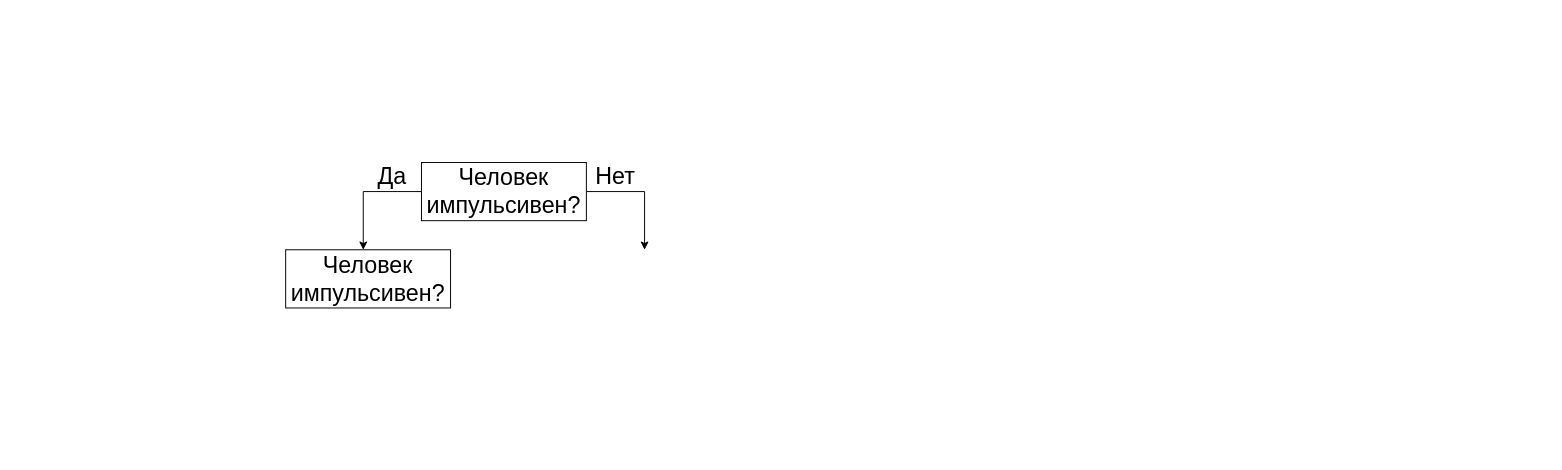
Earlier version of the draw.io diagram If else diagram.drawio (dibovdmitry/Expert-Systems). Source tidied: cells renumbered, new cells numbered last; positions are measured from the earlier drawing's top-left corner, leaving out a move shared by most shapes. Both pictures are drawn from the tidied source at 97%, with x=0, y=0 at pixel (285, 162).
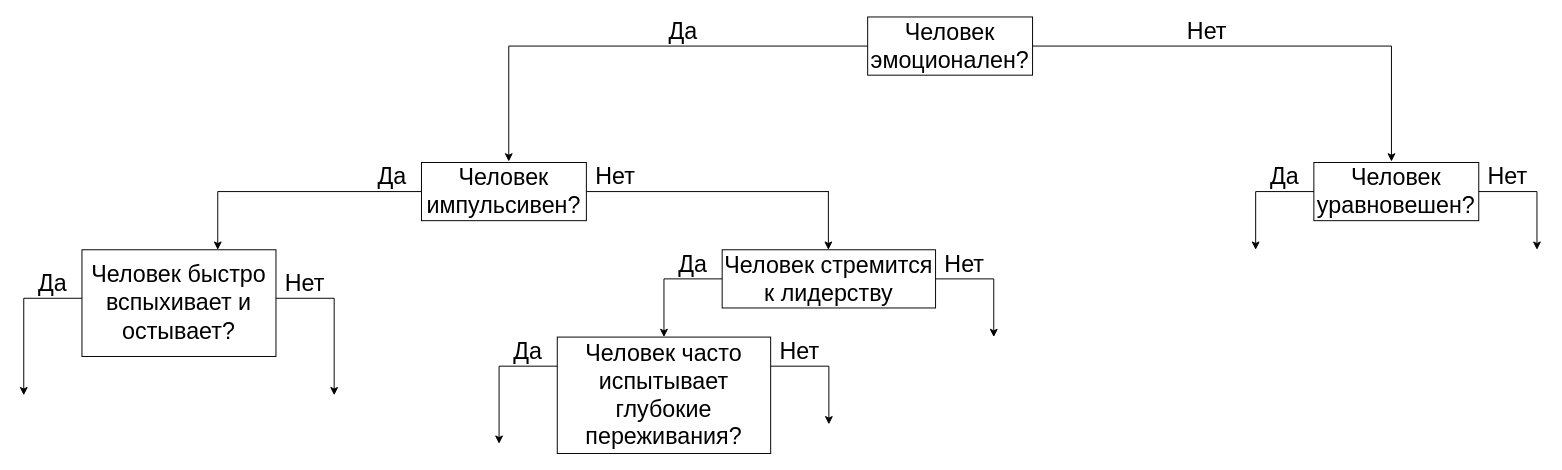
After the change.

Unchanged cells that the change refers to:
```xml
<mxCell id="7" value="Да" style="text;html=1;align=center;verticalAlign=middle;whiteSpace=wrap;rounded=0;fontSize=24;" parent="1" vertex="1">
  <mxGeometry x="80" width="60" height="30" as="geometry" />
</mxCell>
```

Diff of the diagram source:
```diff
@@
-    <mxCell id="2" style="endArrow=none;html=1;rounded=0;" parent="1" edge="1">
+    <mxCell id="2" style="endArrow=none;html=1;rounded=0;entryX=1;entryY=1;entryDx=0;entryDy=0;" parent="1" edge="1" target="7">
       <mxGeometry relative="1" as="geometry">
-        <mxPoint x="80" y="30" as="sourcePoint" />
-        <mxPoint x="140" y="30" as="targetPoint" />
+        <mxPoint x="-70" y="30" as="sourcePoint" />
       </mxGeometry>
     </mxCell>
     <mxCell id="3" style="endArrow=classic;html=1;rounded=0;" parent="1" edge="1">
       <mxGeometry relative="1" as="geometry">
-        <mxPoint x="80" y="30" as="sourcePoint" />
-        <mxPoint x="80" y="90" as="targetPoint" />
+        <mxPoint x="-70" y="30" as="sourcePoint" />
+        <mxPoint x="-70" y="90" as="targetPoint" />
       </mxGeometry>
     </mxCell>
     <mxCell id="4" style="endArrow=none;html=1;rounded=0;" parent="1" edge="1">
       <mxGeometry relative="1" as="geometry">
         <mxPoint x="310" y="30" as="sourcePoint" />
-        <mxPoint x="370" y="30" as="targetPoint" />
+        <mxPoint x="560" y="30" as="targetPoint" />
       </mxGeometry>
     </mxCell>
     <mxCell id="5" style="endArrow=classic;html=1;rounded=0;" parent="1" edge="1">
       <mxGeometry relative="1" as="geometry">
-        <mxPoint x="370" y="30" as="sourcePoint" />
-        <mxPoint x="370" y="90" as="targetPoint" />
+        <mxPoint x="559.5" y="30" as="sourcePoint" />
+        <mxPoint x="559.5" y="90" as="targetPoint" />
       </mxGeometry>
     </mxCell>
@@
-    <mxCell id="9" value="Человек импульсивен?" style="rounded=0;whiteSpace=wrap;html=1;fontSize=24;" parent="1" vertex="1">
-      <mxGeometry y="90" width="170" height="60" as="geometry" />
+    <mxCell id="9" value="Человек быстро вспыхивает и остывает?" style="rounded=0;whiteSpace=wrap;html=1;fontSize=24;" parent="1" vertex="1">
+      <mxGeometry x="-210" y="90" width="200" height="110" as="geometry" />
     </mxCell>
+    <mxCell id="10" value="Человек стремится к лидерству" style="rounded=0;whiteSpace=wrap;html=1;fontSize=24;" parent="1" vertex="1">
+      <mxGeometry x="450" y="90" width="220" height="60" as="geometry" />
+    </mxCell>
+    <mxCell id="11" style="endArrow=none;html=1;rounded=0;" parent="1" edge="1">
+      <mxGeometry relative="1" as="geometry">
+        <mxPoint x="-270" y="140" as="sourcePoint" />
+        <mxPoint x="-210" y="140" as="targetPoint" />
+      </mxGeometry>
+    </mxCell>
+    <mxCell id="12" style="endArrow=classic;html=1;rounded=0;" parent="1" edge="1">
+      <mxGeometry relative="1" as="geometry">
+        <mxPoint x="-270" y="140" as="sourcePoint" />
+        <mxPoint x="-270" y="240" as="targetPoint" />
+      </mxGeometry>
+    </mxCell>
+    <mxCell id="13" value="Да" style="text;html=1;align=center;verticalAlign=middle;whiteSpace=wrap;rounded=0;fontSize=24;" parent="1" vertex="1">
+      <mxGeometry x="-270" y="110" width="60" height="30" as="geometry" />
+    </mxCell>
+    <mxCell id="14" style="endArrow=none;html=1;rounded=0;" parent="1" edge="1">
+      <mxGeometry relative="1" as="geometry">
+        <mxPoint x="390" y="120" as="sourcePoint" />
+        <mxPoint x="450" y="120" as="targetPoint" />
+      </mxGeometry>
+    </mxCell>
+    <mxCell id="15" style="endArrow=classic;html=1;rounded=0;" parent="1" edge="1">
+      <mxGeometry relative="1" as="geometry">
+        <mxPoint x="390" y="120" as="sourcePoint" />
+        <mxPoint x="390" y="180" as="targetPoint" />
+      </mxGeometry>
+    </mxCell>
+    <mxCell id="16" value="Да" style="text;html=1;align=center;verticalAlign=middle;whiteSpace=wrap;rounded=0;fontSize=24;" parent="1" vertex="1">
+      <mxGeometry x="390" y="90" width="60" height="30" as="geometry" />
+    </mxCell>
+    <mxCell id="17" value="Человек часто испытывает глубокие переживания?" style="rounded=0;whiteSpace=wrap;html=1;fontSize=24;" parent="1" vertex="1">
+      <mxGeometry x="280" y="180" width="220" height="120" as="geometry" />
+    </mxCell>
+    <mxCell id="18" style="endArrow=none;html=1;rounded=0;" parent="1" edge="1">
+      <mxGeometry relative="1" as="geometry">
+        <mxPoint x="-10" y="140" as="sourcePoint" />
+        <mxPoint x="50" y="140" as="targetPoint" />
+      </mxGeometry>
+    </mxCell>
+    <mxCell id="19" style="endArrow=classic;html=1;rounded=0;" parent="1" edge="1">
+      <mxGeometry relative="1" as="geometry">
+        <mxPoint x="50" y="140" as="sourcePoint" />
+        <mxPoint x="50" y="240" as="targetPoint" />
+      </mxGeometry>
+    </mxCell>
+    <mxCell id="20" value="Нет" style="text;html=1;align=center;verticalAlign=middle;whiteSpace=wrap;rounded=0;fontSize=24;" parent="1" vertex="1">
+      <mxGeometry x="-10" y="110" width="60" height="30" as="geometry" />
+    </mxCell>
+    <mxCell id="21" style="endArrow=none;html=1;rounded=0;" parent="1" edge="1">
+      <mxGeometry relative="1" as="geometry">
+        <mxPoint x="670" y="120" as="sourcePoint" />
+        <mxPoint x="730" y="120" as="targetPoint" />
+      </mxGeometry>
+    </mxCell>
+    <mxCell id="22" style="endArrow=classic;html=1;rounded=0;" parent="1" edge="1">
+      <mxGeometry relative="1" as="geometry">
+        <mxPoint x="730" y="120" as="sourcePoint" />
+        <mxPoint x="730" y="180" as="targetPoint" />
+      </mxGeometry>
+    </mxCell>
+    <mxCell id="23" value="Нет" style="text;html=1;align=center;verticalAlign=middle;whiteSpace=wrap;rounded=0;fontSize=24;" parent="1" vertex="1">
+      <mxGeometry x="670" y="90" width="60" height="30" as="geometry" />
+    </mxCell>
+    <mxCell id="24" style="endArrow=none;html=1;rounded=0;" parent="1" edge="1">
+      <mxGeometry relative="1" as="geometry">
+        <mxPoint x="220" y="210" as="sourcePoint" />
+        <mxPoint x="280" y="210" as="targetPoint" />
+      </mxGeometry>
+    </mxCell>
+    <mxCell id="25" style="endArrow=classic;html=1;rounded=0;" parent="1" edge="1">
+      <mxGeometry relative="1" as="geometry">
+        <mxPoint x="220" y="210" as="sourcePoint" />
+        <mxPoint x="220" y="290" as="targetPoint" />
+      </mxGeometry>
+    </mxCell>
+    <mxCell id="26" value="Да" style="text;html=1;align=center;verticalAlign=middle;whiteSpace=wrap;rounded=0;fontSize=24;" parent="1" vertex="1">
+      <mxGeometry x="220" y="180" width="60" height="30" as="geometry" />
+    </mxCell>
+    <mxCell id="27" style="endArrow=none;html=1;rounded=0;" parent="1" edge="1">
+      <mxGeometry relative="1" as="geometry">
+        <mxPoint x="500" y="210" as="sourcePoint" />
+        <mxPoint x="560" y="210" as="targetPoint" />
+      </mxGeometry>
+    </mxCell>
+    <mxCell id="28" style="endArrow=classic;html=1;rounded=0;" parent="1" edge="1">
+      <mxGeometry relative="1" as="geometry">
+        <mxPoint x="560" y="210" as="sourcePoint" />
+        <mxPoint x="560" y="270" as="targetPoint" />
+      </mxGeometry>
+    </mxCell>
+    <mxCell id="29" value="Нет" style="text;html=1;align=center;verticalAlign=middle;whiteSpace=wrap;rounded=0;fontSize=24;" parent="1" vertex="1">
+      <mxGeometry x="500" y="180" width="60" height="30" as="geometry" />
+    </mxCell>
+    <mxCell id="30" value="Человек эмоционален?" style="rounded=0;whiteSpace=wrap;html=1;fontSize=24;" parent="1" vertex="1">
+      <mxGeometry x="600" y="-150" width="170" height="60" as="geometry" />
+    </mxCell>
+    <mxCell id="31" style="endArrow=none;html=1;rounded=0;" parent="1" edge="1">
+      <mxGeometry relative="1" as="geometry">
+        <mxPoint x="230" y="-120" as="sourcePoint" />
+        <mxPoint x="600" y="-120" as="targetPoint" />
+      </mxGeometry>
+    </mxCell>
+    <mxCell id="32" style="endArrow=classic;html=1;rounded=0;" parent="1" edge="1">
+      <mxGeometry relative="1" as="geometry">
+        <mxPoint x="230" y="-120" as="sourcePoint" />
+        <mxPoint x="230" y="-1" as="targetPoint" />
+      </mxGeometry>
+    </mxCell>
+    <mxCell id="33" value="Да" style="text;html=1;align=center;verticalAlign=middle;whiteSpace=wrap;rounded=0;fontSize=24;" parent="1" vertex="1">
+      <mxGeometry x="380" y="-150" width="60" height="30" as="geometry" />
+    </mxCell>
+    <mxCell id="34" style="endArrow=none;html=1;rounded=0;" parent="1" edge="1">
+      <mxGeometry relative="1" as="geometry">
+        <mxPoint x="770" y="-120" as="sourcePoint" />
+        <mxPoint x="1140" y="-120" as="targetPoint" />
+      </mxGeometry>
+    </mxCell>
+    <mxCell id="35" style="endArrow=classic;html=1;rounded=0;" parent="1" edge="1">
+      <mxGeometry relative="1" as="geometry">
+        <mxPoint x="1140" y="-120" as="sourcePoint" />
+        <mxPoint x="1140" y="-1" as="targetPoint" />
+      </mxGeometry>
+    </mxCell>
+    <mxCell id="36" value="Нет" style="text;html=1;align=center;verticalAlign=middle;whiteSpace=wrap;rounded=0;fontSize=24;" parent="1" vertex="1">
+      <mxGeometry x="920" y="-150" width="60" height="30" as="geometry" />
+    </mxCell>
+    <mxCell id="37" value="Человек уравновешен?" style="rounded=0;whiteSpace=wrap;html=1;fontSize=24;" parent="1" vertex="1">
+      <mxGeometry x="1060" width="170" height="60" as="geometry" />
+    </mxCell>
+    <mxCell id="38" style="endArrow=none;html=1;rounded=0;" parent="1" edge="1">
+      <mxGeometry relative="1" as="geometry">
+        <mxPoint x="1000" y="30" as="sourcePoint" />
+        <mxPoint x="1060" y="30" as="targetPoint" />
+      </mxGeometry>
+    </mxCell>
+    <mxCell id="39" style="endArrow=classic;html=1;rounded=0;" parent="1" edge="1">
+      <mxGeometry relative="1" as="geometry">
+        <mxPoint x="1000" y="30" as="sourcePoint" />
+        <mxPoint x="1000" y="90" as="targetPoint" />
+      </mxGeometry>
+    </mxCell>
+    <mxCell id="40" value="Да" style="text;html=1;align=center;verticalAlign=middle;whiteSpace=wrap;rounded=0;fontSize=24;" parent="1" vertex="1">
+      <mxGeometry x="1000" width="60" height="30" as="geometry" />
+    </mxCell>
+    <mxCell id="41" style="endArrow=none;html=1;rounded=0;" parent="1" edge="1">
+      <mxGeometry relative="1" as="geometry">
+        <mxPoint x="1230" y="30" as="sourcePoint" />
+        <mxPoint x="1290" y="30" as="targetPoint" />
+      </mxGeometry>
+    </mxCell>
+    <mxCell id="42" style="endArrow=classic;html=1;rounded=0;" parent="1" edge="1">
+      <mxGeometry relative="1" as="geometry">
+        <mxPoint x="1290" y="30" as="sourcePoint" />
+        <mxPoint x="1290" y="90" as="targetPoint" />
+      </mxGeometry>
+    </mxCell>
+    <mxCell id="43" value="Нет" style="text;html=1;align=center;verticalAlign=middle;whiteSpace=wrap;rounded=0;fontSize=24;" parent="1" vertex="1">
+      <mxGeometry x="1230" width="60" height="30" as="geometry" />
+    </mxCell>
```
